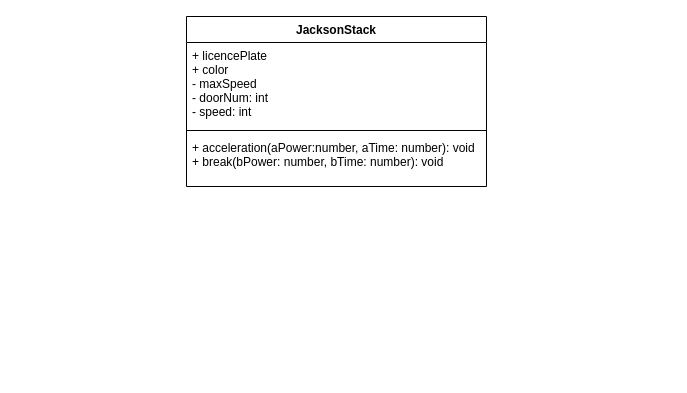
Before: Drawio/ClassDiagram.drawio in JacksonNaufal/ics4u-unit2-08-typescript, a draw.io diagram. Source tidied: cells renumbered, new cells numbered last; positions are measured from the earlier drawing's top-left corner, leaving out a move shared by most shapes. Both pictures are drawn from the tidied source at 100%, with x=0, y=0 at pixel (186, 16).
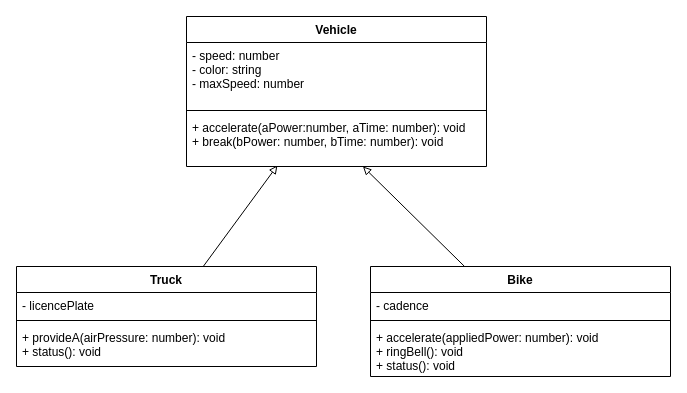
After the change.

The edit, as a diff of the source:
```diff
@@
 <mxGraphModel>
   <root>
     <mxCell id="0" />
     <mxCell id="1" parent="0" />
-    <mxCell id="2" value="JacksonStack" style="swimlane;fontStyle=1;align=center;verticalAlign=top;horizontal=1;startSize=26;" parent="1" vertex="1">
-      <mxGeometry width="300" height="170" as="geometry" />
+    <mxCell id="2" value="Vehicle" style="swimlane;fontStyle=1;align=center;verticalAlign=top;horizontal=1;startSize=26;" parent="1" vertex="1">
+      <mxGeometry width="300" height="150" as="geometry" />
     </mxCell>
-    <mxCell id="3" value="+ licencePlate&#10;+ color&#10;- maxSpeed&#10;- doorNum: int&#10;- speed: int" style="text;strokeColor=none;fillColor=none;align=left;verticalAlign=top;spacingLeft=4;spacingRight=4;overflow=hidden;" parent="2" vertex="1">
-      <mxGeometry y="26" width="300" height="84" as="geometry" />
+    <mxCell id="3" value="- speed: number &#10;- color: string&#10;- maxSpeed: number" style="text;strokeColor=none;fillColor=none;align=left;verticalAlign=top;spacingLeft=4;spacingRight=4;overflow=hidden;" parent="2" vertex="1">
+      <mxGeometry y="26" width="300" height="64" as="geometry" />
     </mxCell>
     <mxCell id="4" style="line;strokeWidth=1;fillColor=none;align=left;verticalAlign=middle;spacingTop=-1;spacingLeft=3;spacingRight=3;labelPosition=right;" parent="2" vertex="1">
-      <mxGeometry y="110" width="300" height="8" as="geometry" />
+      <mxGeometry y="90" width="300" height="8" as="geometry" />
     </mxCell>
-    <mxCell id="5" value="+ acceleration(aPower:number, aTime: number): void&#10;+ break(bPower: number, bTime: number): void" style="text;strokeColor=none;fillColor=none;align=left;verticalAlign=top;spacingLeft=4;spacingRight=4;overflow=hidden;points=[[0,0.5],[1,0.5]];portConstraint=eastwest;" parent="2" vertex="1">
-      <mxGeometry y="118" width="300" height="52" as="geometry" />
+    <mxCell id="5" value="+ accelerate(aPower:number, aTime: number): void&#10;+ break(bPower: number, bTime: number): void" style="text;strokeColor=none;fillColor=none;align=left;verticalAlign=top;spacingLeft=4;spacingRight=4;overflow=hidden;points=[[0,0.5],[1,0.5]];portConstraint=eastwest;" parent="2" vertex="1">
+      <mxGeometry y="98" width="300" height="52" as="geometry" />
     </mxCell>
+    <mxCell id="6" style="edgeStyle=none;html=1;entryX=0.303;entryY=0.981;entryDx=0;entryDy=0;entryPerimeter=0;endArrow=block;endFill=0;" parent="1" edge="1" source="7" target="5">
+      <mxGeometry relative="1" as="geometry" />
+    </mxCell>
+    <mxCell id="7" value="Truck" style="swimlane;fontStyle=1;align=center;verticalAlign=top;horizontal=1;startSize=26;" parent="1" vertex="1">
+      <mxGeometry x="-170" y="250" width="300" height="100" as="geometry" />
+    </mxCell>
+    <mxCell id="8" value="- licencePlate" style="text;strokeColor=none;fillColor=none;align=left;verticalAlign=top;spacingLeft=4;spacingRight=4;overflow=hidden;" parent="7" vertex="1">
+      <mxGeometry y="26" width="300" height="24" as="geometry" />
+    </mxCell>
+    <mxCell id="9" style="line;strokeWidth=1;fillColor=none;align=left;verticalAlign=middle;spacingTop=-1;spacingLeft=3;spacingRight=3;labelPosition=right;" parent="7" vertex="1">
+      <mxGeometry y="50" width="300" height="8" as="geometry" />
+    </mxCell>
+    <mxCell id="10" value="+ provideA(airPressure: number): void&#10;+ status(): void" style="text;strokeColor=none;fillColor=none;align=left;verticalAlign=top;spacingLeft=4;spacingRight=4;overflow=hidden;" parent="7" vertex="1">
+      <mxGeometry y="58" width="300" height="42" as="geometry" />
+    </mxCell>
+    <mxCell id="11" style="edgeStyle=none;html=1;endArrow=block;endFill=0;" parent="1" edge="1" source="12" target="5">
+      <mxGeometry relative="1" as="geometry" />
+    </mxCell>
+    <mxCell id="12" value="Bike" style="swimlane;fontStyle=1;align=center;verticalAlign=top;horizontal=1;startSize=26;" parent="1" vertex="1">
+      <mxGeometry x="184" y="250" width="300" height="110" as="geometry" />
+    </mxCell>
+    <mxCell id="13" value="- cadence" style="text;strokeColor=none;fillColor=none;align=left;verticalAlign=top;spacingLeft=4;spacingRight=4;overflow=hidden;" parent="12" vertex="1">
+      <mxGeometry y="26" width="300" height="24" as="geometry" />
+    </mxCell>
+    <mxCell id="14" style="line;strokeWidth=1;fillColor=none;align=left;verticalAlign=middle;spacingTop=-1;spacingLeft=3;spacingRight=3;labelPosition=right;" parent="12" vertex="1">
+      <mxGeometry y="50" width="300" height="8" as="geometry" />
+    </mxCell>
+    <mxCell id="15" value="+ accelerate(appliedPower: number): void&#10;+ ringBell(): void&#10;+ status(): void" style="text;strokeColor=none;fillColor=none;align=left;verticalAlign=top;spacingLeft=4;spacingRight=4;overflow=hidden;" parent="12" vertex="1">
+      <mxGeometry y="58" width="300" height="52" as="geometry" />
+    </mxCell>
   </root>
 </mxGraphModel>
```
